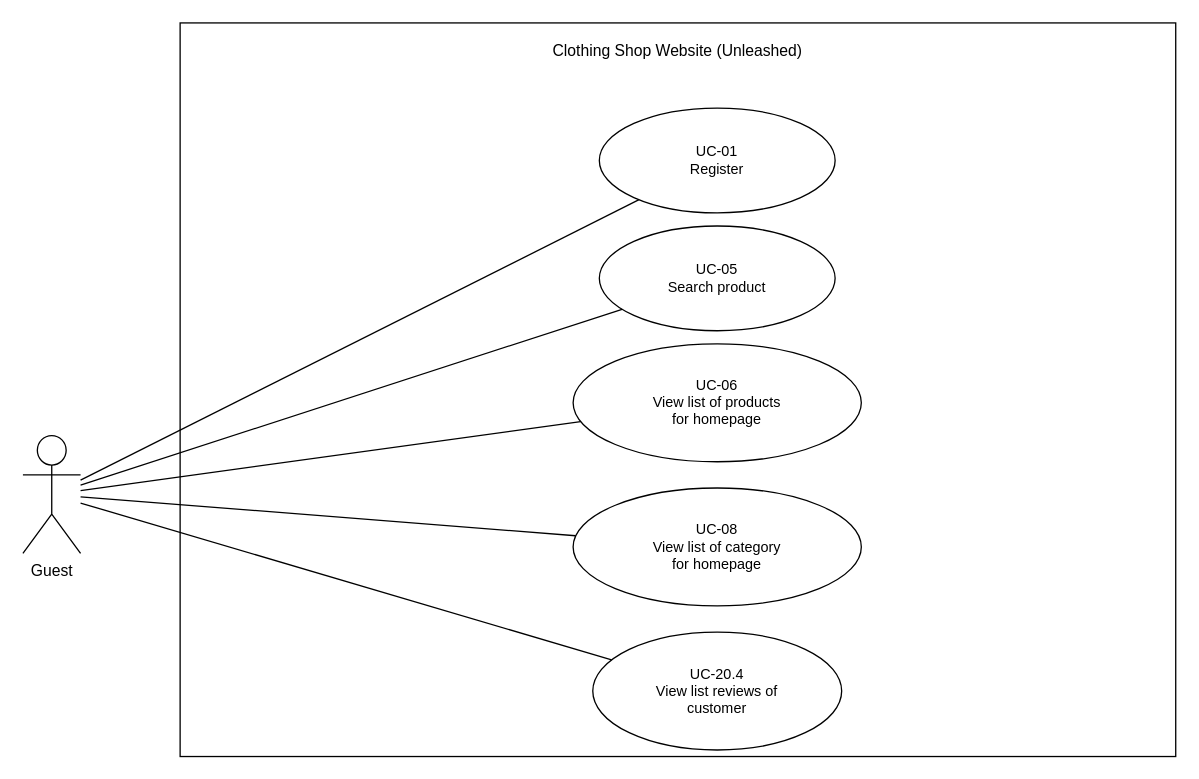
Earlier version of the draw.io diagram docs/drawio/guest-usecase-diagram-from-image.drawio (maxwell1904/SWP391). Source tidied: cells renumbered, new cells numbered last; positions are measured from the earlier drawing's top-left corner, leaving out a move shared by most shapes. Both pictures are drawn from the tidied source at 131%, with x=0, y=0 at pixel (22, 22).
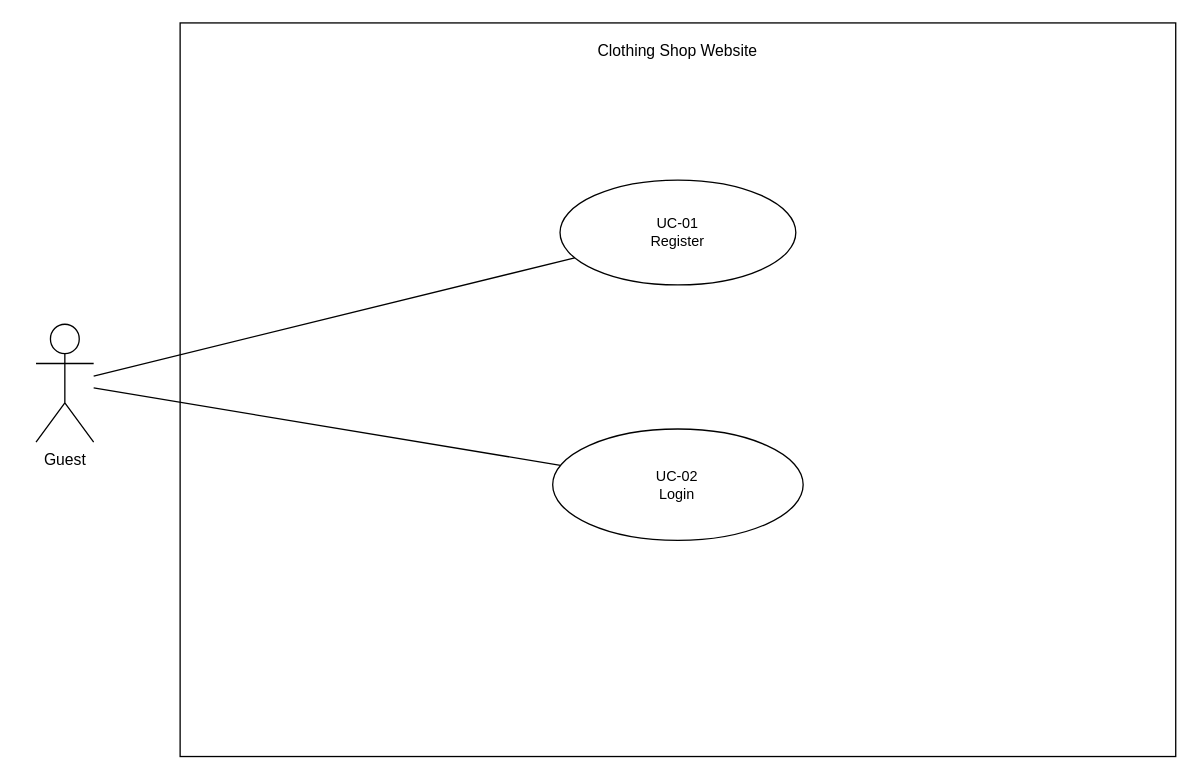
The same diagram, later.

Diff of the diagram source:
```diff
@@
 <mxGraphModel>
   <root>
     <mxCell id="0" />
     <mxCell id="1" parent="0" />
-    <mxCell id="2" value="Clothing Shop Website (Unleashed)" style="rounded=0;whiteSpace=wrap;html=1;align=center;verticalAlign=top;spacingTop=8;fontSize=12;fontFamily=Helvetica;" parent="1" vertex="1">
+    <mxCell id="2" value="Clothing Shop Website" style="rounded=0;whiteSpace=wrap;html=1;align=center;verticalAlign=top;spacingTop=8;fontSize=12;fontFamily=Helvetica;" parent="1" vertex="1">
       <mxGeometry x="120" width="760" height="560" as="geometry" />
     </mxCell>
     <mxCell id="3" value="Guest" style="shape=umlActor;verticalLabelPosition=bottom;verticalAlign=top;html=1;outlineConnect=0;fontSize=12;fontFamily=Helvetica;" parent="1" vertex="1">
-      <mxGeometry y="315" width="44" height="90" as="geometry" />
+      <mxGeometry x="10" y="230" width="44" height="90" as="geometry" />
     </mxCell>
     <mxCell id="4" value="UC-01&#10;Register" style="ellipse;whiteSpace=wrap;html=1;fontSize=11;fontFamily=Helvetica;" parent="1" vertex="1">
-      <mxGeometry x="440" y="65" width="180" height="80" as="geometry" />
+      <mxGeometry x="410" y="120" width="180" height="80" as="geometry" />
     </mxCell>
-    <mxCell id="5" value="UC-05&#10;Search product" style="ellipse;whiteSpace=wrap;html=1;fontSize=11;fontFamily=Helvetica;" parent="1" vertex="1">
-      <mxGeometry x="440" y="155" width="180" height="80" as="geometry" />
+    <mxCell id="5" value="UC-02&lt;br&gt;Login" style="ellipse;whiteSpace=wrap;html=1;fontSize=11;fontFamily=Helvetica;" parent="1" vertex="1">
+      <mxGeometry x="404.4" y="310" width="191.2" height="85" as="geometry" />
     </mxCell>
-    <mxCell id="6" value="UC-06&#10;View list of products&#10;for homepage" style="ellipse;whiteSpace=wrap;html=1;fontSize=11;fontFamily=Helvetica;" parent="1" vertex="1">
-      <mxGeometry x="420" y="245" width="220" height="90" as="geometry" />
-    </mxCell>
-    <mxCell id="7" value="UC-08&#10;View list of category&#10;for homepage" style="ellipse;whiteSpace=wrap;html=1;fontSize=11;fontFamily=Helvetica;" parent="1" vertex="1">
-      <mxGeometry x="420" y="355" width="220" height="90" as="geometry" />
-    </mxCell>
-    <mxCell id="8" value="UC-20.4&#10;View list reviews of&#10;customer" style="ellipse;whiteSpace=wrap;html=1;fontSize=11;fontFamily=Helvetica;" parent="1" vertex="1">
-      <mxGeometry x="435" y="465" width="190" height="90" as="geometry" />
-    </mxCell>
     <mxCell id="9" style="endArrow=none;html=1;rounded=0;" parent="1" edge="1" source="3" target="4">
       <mxGeometry relative="1" as="geometry" />
     </mxCell>
     <mxCell id="10" style="endArrow=none;html=1;rounded=0;" parent="1" edge="1" source="3" target="5">
       <mxGeometry relative="1" as="geometry" />
     </mxCell>
-    <mxCell id="11" style="endArrow=none;html=1;rounded=0;" parent="1" edge="1" source="3" target="6">
-      <mxGeometry relative="1" as="geometry" />
-    </mxCell>
-    <mxCell id="12" style="endArrow=none;html=1;rounded=0;" parent="1" edge="1" source="3" target="7">
-      <mxGeometry relative="1" as="geometry" />
-    </mxCell>
-    <mxCell id="13" style="endArrow=none;html=1;rounded=0;" parent="1" edge="1" source="3" target="8">
-      <mxGeometry relative="1" as="geometry" />
-    </mxCell>
   </root>
 </mxGraphModel>
```
